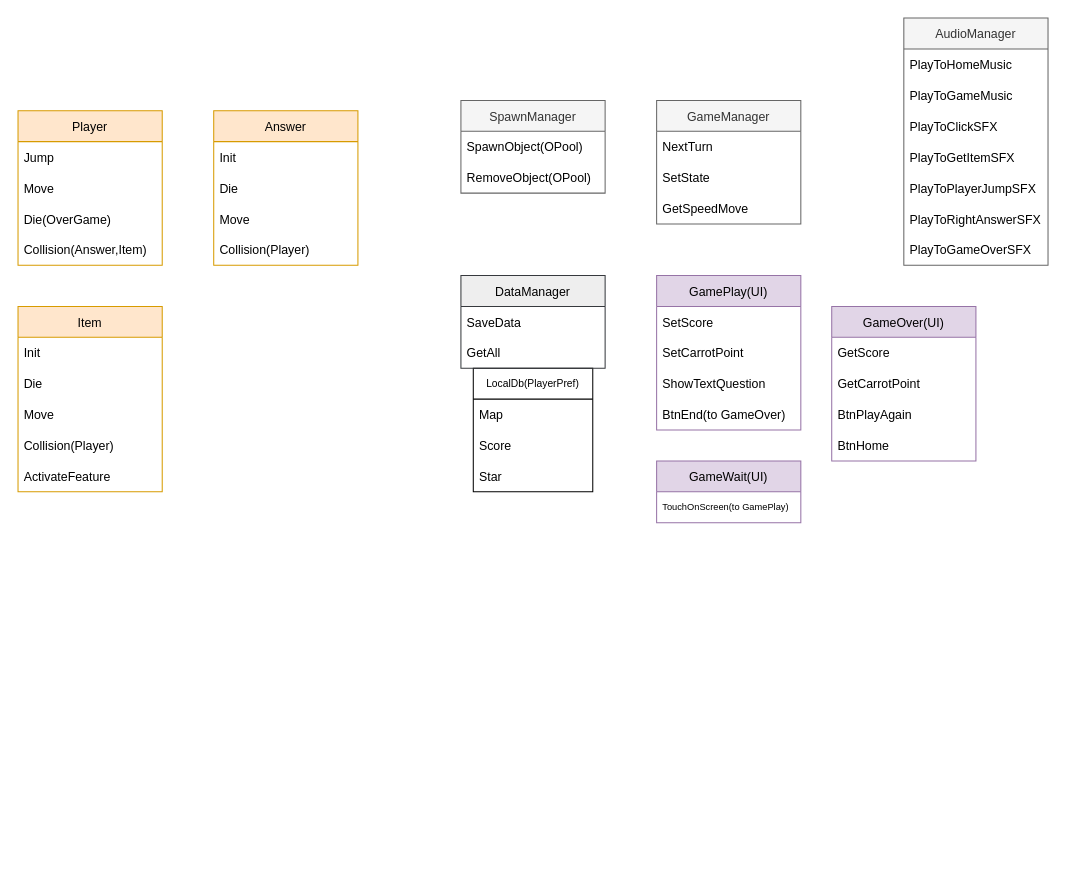
Earlier version of the draw.io diagram CarrotsGameCasual/CarrotsCasualGameChart.drawio (nhocdathacko/CarrotsGameGithub). Source tidied: cells renumbered, new cells numbered last; positions are measured from the earlier drawing's top-left corner, leaving out a move shared by most shapes. Both pictures are drawn from the tidied source at 103%, with x=0, y=0 at pixel (18, 18).
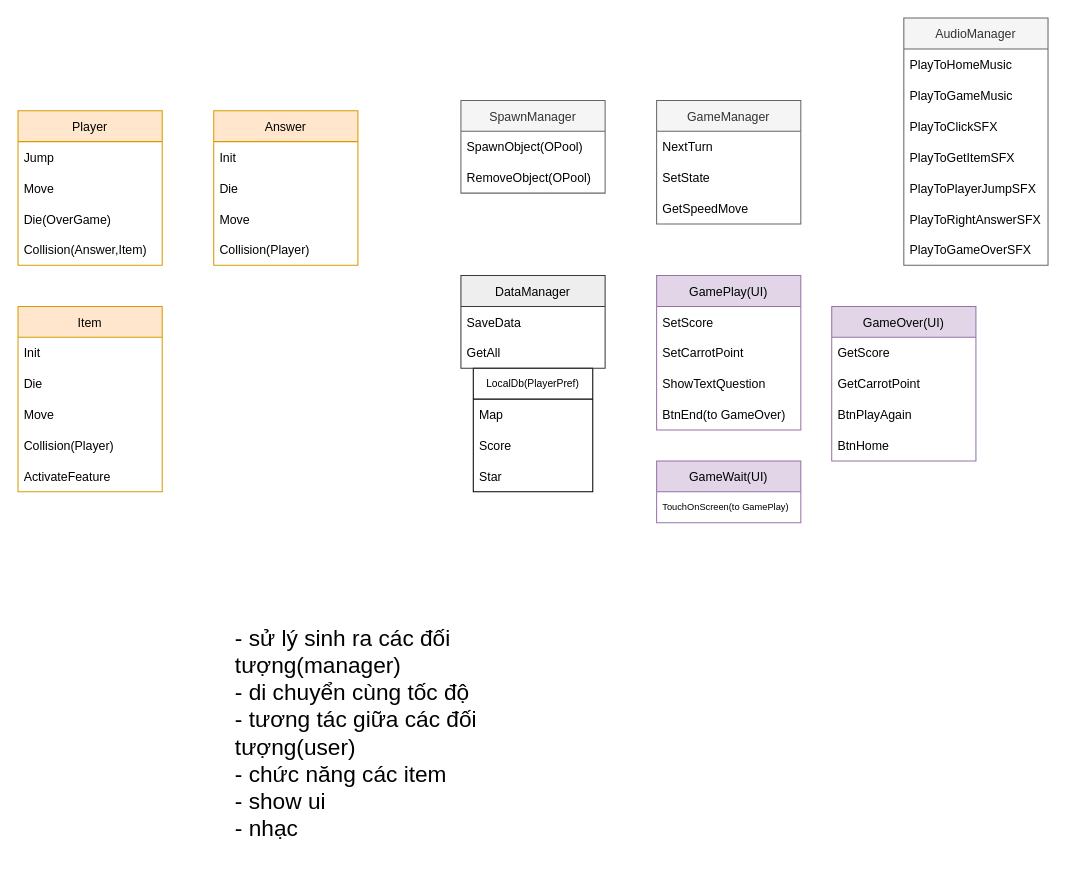
The same page after the edit.

The edit, as a diff of the source:
```diff
@@
+    <mxCell id="52" value="&lt;div style=&quot;text-align: left ; font-size: 22px&quot;&gt;&lt;span&gt;&lt;font style=&quot;font-size: 22px&quot;&gt;- sử lý sinh ra các đối tượng(manager)&lt;/font&gt;&lt;/span&gt;&lt;/div&gt;&lt;div style=&quot;text-align: left ; font-size: 22px&quot;&gt;&lt;span&gt;&lt;font style=&quot;font-size: 22px&quot;&gt;- di chuyển cùng tốc độ&lt;/font&gt;&lt;/span&gt;&lt;/div&gt;&lt;div style=&quot;text-align: left ; font-size: 22px&quot;&gt;&lt;span&gt;&lt;font style=&quot;font-size: 22px&quot;&gt;- tương tác giữa các đối tượng(user)&amp;nbsp;&lt;/font&gt;&lt;/span&gt;&lt;/div&gt;&lt;div style=&quot;text-align: left ; font-size: 22px&quot;&gt;&lt;span&gt;&lt;font style=&quot;font-size: 22px&quot;&gt;- chức năng các item&lt;/font&gt;&lt;/span&gt;&lt;/div&gt;&lt;div style=&quot;text-align: left ; font-size: 22px&quot;&gt;&lt;span&gt;&lt;font style=&quot;font-size: 22px&quot;&gt;- show ui&lt;/font&gt;&lt;/span&gt;&lt;/div&gt;&lt;div style=&quot;text-align: left ; font-size: 22px&quot;&gt;&lt;span&gt;&lt;font style=&quot;font-size: 22px&quot;&gt;- nhạc&lt;/font&gt;&lt;/span&gt;&lt;/div&gt;" style="text;html=1;strokeColor=none;fillColor=none;align=center;verticalAlign=middle;whiteSpace=wrap;rounded=0;" parent="1" vertex="1">
+      <mxGeometry x="210" y="580" width="360" height="230" as="geometry" />
+    </mxCell>
```
